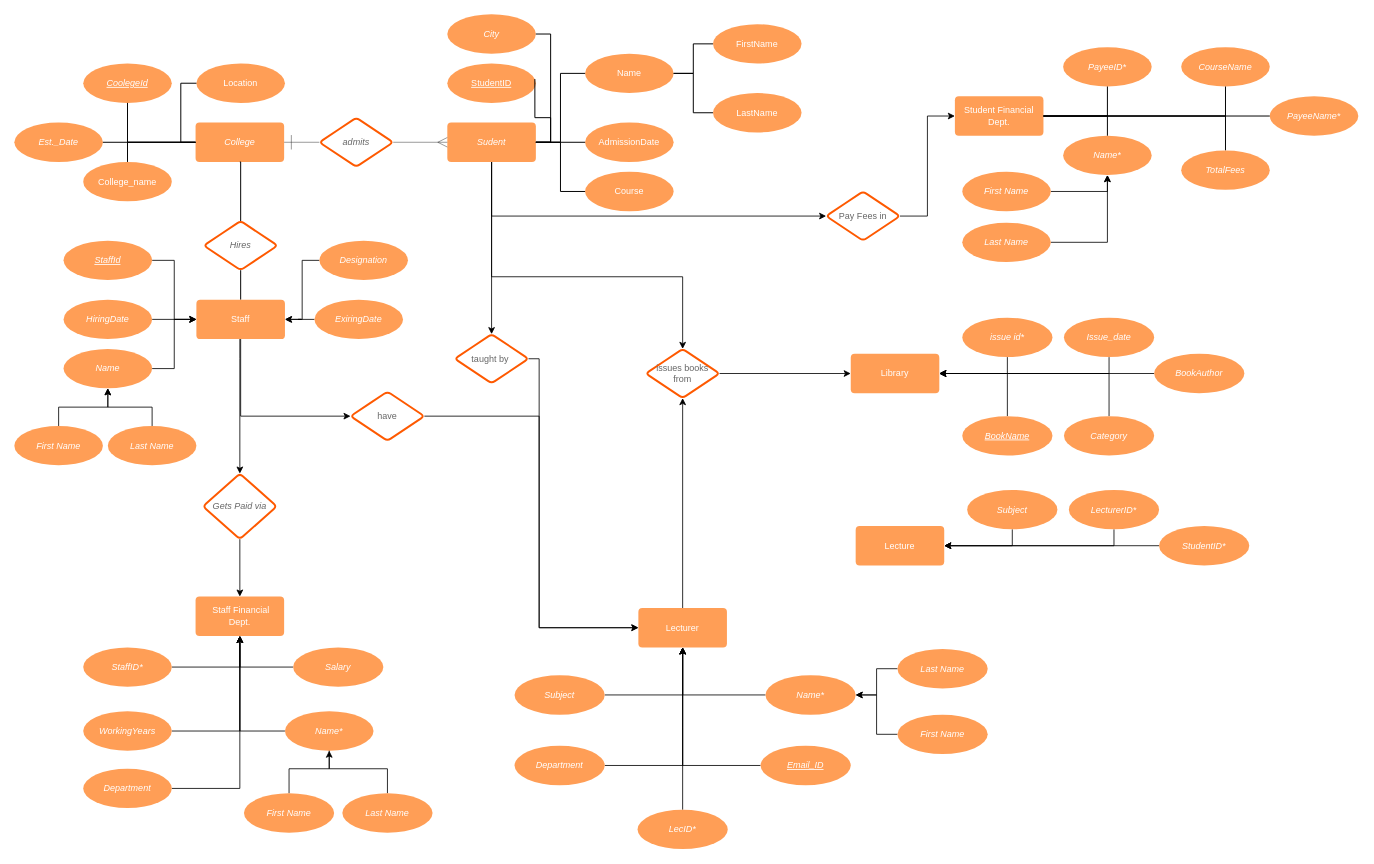
This is Untitled Diagram.drawio from nikgrover/DBMS, a draw.io file, before an edit. Source tidied: cells renumbered, new cells numbered last; positions are measured from the earlier drawing's top-left corner, leaving out a move shared by most shapes. Both pictures are drawn from the tidied source at 82%, with x=0, y=0 at pixel (14, 14).
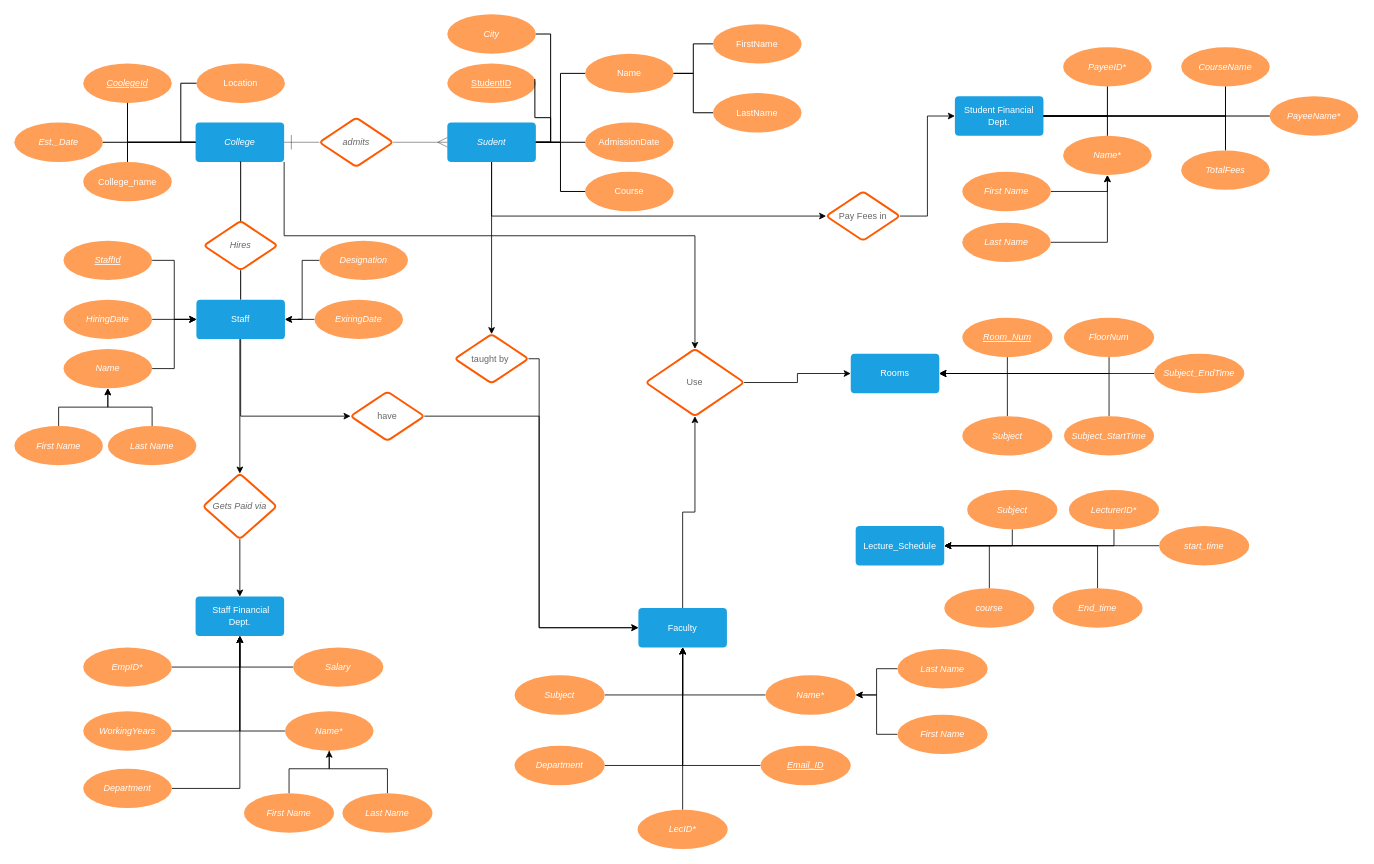
The same page after the edit.

Diff of the diagram source:
```diff
@@
+    <mxCell id="126" style="edgeStyle=orthogonalEdgeStyle;rounded=0;jettySize=auto;html=1;exitX=1;exitY=1;exitDx=0;exitDy=0;" parent="1" edge="1" source="4" target="107">
+      <mxGeometry relative="1" as="geometry">
+        <Array as="points">
+          <mxPoint x="329" y="270" />
+          <mxPoint x="830" y="270" />
+        </Array>
+      </mxGeometry>
+    </mxCell>
-    <mxCell id="4" value="College" style="html=1;whiteSpace=wrap;fontSize=11;fontColor=#ffffff;fontStyle=2;spacing=5;strokeOpacity=0;fillOpacity=100;rounded=1;absoluteArcSize=1;arcSize=9.6;fillColor=#ff9e56;strokeWidth=1.2;" parent="1" vertex="1">
+    <mxCell id="4" value="College" style="html=1;whiteSpace=wrap;fontSize=11;fontStyle=2;spacing=5;strokeOpacity=0;fillOpacity=100;rounded=1;absoluteArcSize=1;arcSize=9.6;fillColor=#1ba1e2;strokeWidth=1.2;strokeColor=#006EAF;fontColor=#ffffff;" parent="1" vertex="1">
       <mxGeometry x="221" y="132" width="108" height="48" as="geometry" />
     </mxCell>
@@
-    <mxCell id="8" style="edgeStyle=orthogonalEdgeStyle;rounded=0;jettySize=auto;html=1;" parent="1" edge="1" source="9" target="107">
-      <mxGeometry relative="1" as="geometry">
-        <Array as="points">
-          <mxPoint x="582" y="320" />
-          <mxPoint x="815" y="320" />
-        </Array>
-      </mxGeometry>
-    </mxCell>
-    <mxCell id="9" value="Sudent" style="html=1;whiteSpace=wrap;fontSize=11;fontColor=#ffffff;fontStyle=2;spacing=5;strokeOpacity=0;fillOpacity=100;rounded=1;absoluteArcSize=1;arcSize=9.6;fillColor=#ff9e56;strokeWidth=1.2;" parent="1" vertex="1">
+    <mxCell id="9" value="Sudent" style="html=1;whiteSpace=wrap;fontSize=11;fontColor=#ffffff;fontStyle=2;spacing=5;strokeOpacity=0;fillOpacity=100;rounded=1;absoluteArcSize=1;arcSize=9.6;fillColor=#1ba1e2;strokeWidth=1.2;strokeColor=#006EAF;" parent="1" vertex="1">
       <mxGeometry x="528" y="132" width="108" height="48" as="geometry" />
     </mxCell>
@@
-    <mxCell id="14" value="Student Financial Dept." style="html=1;whiteSpace=wrap;fontSize=11;fontColor=#ffffff;spacing=5;strokeOpacity=0;fillOpacity=100;rounded=1;absoluteArcSize=1;arcSize=9.6;fillColor=#ff9e56;strokeWidth=1.2;" parent="1" vertex="1">
+    <mxCell id="14" value="Student Financial Dept." style="html=1;whiteSpace=wrap;fontSize=11;fontColor=#ffffff;spacing=5;strokeOpacity=0;fillOpacity=100;rounded=1;absoluteArcSize=1;arcSize=9.6;fillColor=#1ba1e2;strokeWidth=1.2;strokeColor=#006EAF;" parent="1" vertex="1">
       <mxGeometry x="1147" y="100" width="108" height="48" as="geometry" />
     </mxCell>
@@
-    <mxCell id="49" value="Staff" style="html=1;whiteSpace=wrap;fontSize=11;fontColor=#ffffff;spacing=5;strokeOpacity=0;fillOpacity=100;rounded=1;absoluteArcSize=1;arcSize=9.6;fillColor=#ff9e56;strokeWidth=1.2;" parent="1" vertex="1">
+    <mxCell id="49" value="Staff" style="html=1;whiteSpace=wrap;fontSize=11;fontColor=#ffffff;spacing=5;strokeOpacity=0;fillOpacity=100;rounded=1;absoluteArcSize=1;arcSize=9.6;fillColor=#1ba1e2;strokeWidth=1.2;strokeColor=#006EAF;" parent="1" vertex="1">
       <mxGeometry x="222" y="348" width="108" height="48" as="geometry" />
     </mxCell>
@@
-    <mxCell id="60" value="&amp;nbsp;Staff Financial Dept." style="html=1;whiteSpace=wrap;fontSize=11;fontColor=#ffffff;spacing=5;strokeOpacity=0;fillOpacity=100;rounded=1;absoluteArcSize=1;arcSize=9.6;fillColor=#ff9e56;strokeWidth=1.2;" parent="1" vertex="1">
+    <mxCell id="60" value="&amp;nbsp;Staff Financial Dept." style="html=1;whiteSpace=wrap;fontSize=11;fontColor=#ffffff;spacing=5;strokeOpacity=0;fillOpacity=100;rounded=1;absoluteArcSize=1;arcSize=9.6;fillColor=#1ba1e2;strokeWidth=1.2;strokeColor=#006EAF;" parent="1" vertex="1">
       <mxGeometry x="221" y="710" width="108" height="48" as="geometry" />
     </mxCell>
@@
-    <mxCell id="62" value="StaffID*" style="html=1;whiteSpace=wrap;ellipse;fontSize=11;fontColor=#ffffff;fontStyle=2;spacing=5;strokeOpacity=0;fillOpacity=100;rounded=1;absoluteArcSize=1;arcSize=9.6;fillColor=#ff9e56;strokeWidth=1.2;" parent="1" vertex="1">
+    <mxCell id="62" value="EmpID*" style="html=1;whiteSpace=wrap;ellipse;fontSize=11;fontColor=#ffffff;fontStyle=2;spacing=5;strokeOpacity=0;fillOpacity=100;rounded=1;absoluteArcSize=1;arcSize=9.6;fillColor=#ff9e56;strokeWidth=1.2;" parent="1" vertex="1">
       <mxGeometry x="84" y="772" width="108" height="48" as="geometry" />
     </mxCell>
@@
-    <mxCell id="90" value="Lecturer" style="html=1;whiteSpace=wrap;fontSize=11;fontColor=#ffffff;spacing=5;strokeOpacity=0;fillOpacity=100;rounded=1;absoluteArcSize=1;arcSize=9.6;fillColor=#ff9e56;strokeWidth=1.2;" parent="1" vertex="1">
+    <mxCell id="90" value="Faculty" style="html=1;whiteSpace=wrap;fontSize=11;fontColor=#ffffff;spacing=5;strokeOpacity=0;fillOpacity=100;rounded=1;absoluteArcSize=1;arcSize=9.6;fillColor=#1ba1e2;strokeWidth=1.2;strokeColor=#006EAF;" parent="1" vertex="1">
       <mxGeometry x="761" y="724" width="108" height="48" as="geometry" />
     </mxCell>
@@
-    <mxCell id="106" style="edgeStyle=orthogonalEdgeStyle;rounded=0;jettySize=auto;html=1;entryX=0;entryY=0.5;entryDx=0;entryDy=0;" parent="1" edge="1" source="107" target="108">
+    <mxCell id="106" style="edgeStyle=orthogonalEdgeStyle;rounded=0;jettySize=auto;html=1;exitX=1;exitY=0.5;exitDx=0;exitDy=0;" parent="1" edge="1" source="107" target="108">
       <mxGeometry relative="1" as="geometry" />
     </mxCell>
-    <mxCell id="107" value="issues books from" style="html=1;whiteSpace=wrap;rhombus;fontSize=11;fontColor=#666666;spacing=5;strokeColor=#fe5900;strokeOpacity=100;rounded=1;absoluteArcSize=1;arcSize=9.6;strokeWidth=2.4;" parent="1" vertex="1">
-      <mxGeometry x="770" y="408" width="90" height="60" as="geometry" />
+    <mxCell id="107" value="Use" style="html=1;whiteSpace=wrap;rhombus;fontSize=11;fontColor=#666666;spacing=5;strokeColor=#fe5900;strokeOpacity=100;rounded=1;absoluteArcSize=1;arcSize=9.6;strokeWidth=2.4;" parent="1" vertex="1">
+      <mxGeometry x="770" y="408" width="120" height="82" as="geometry" />
     </mxCell>
-    <mxCell id="108" value="Library" style="html=1;whiteSpace=wrap;fontSize=11;fontColor=#ffffff;spacing=5;strokeOpacity=0;fillOpacity=100;rounded=1;absoluteArcSize=1;arcSize=9.6;fillColor=#ff9e56;strokeWidth=1.2;" parent="1" vertex="1">
+    <mxCell id="108" value="Rooms" style="html=1;whiteSpace=wrap;fontSize=11;fontColor=#ffffff;spacing=5;strokeOpacity=0;fillOpacity=100;rounded=1;absoluteArcSize=1;arcSize=9.6;fillColor=#1ba1e2;strokeWidth=1.2;strokeColor=#006EAF;" parent="1" vertex="1">
       <mxGeometry x="1020" y="414" width="108" height="48" as="geometry" />
     </mxCell>
@@
-    <mxCell id="110" value="&lt;u&gt;BookName&lt;/u&gt;" style="html=1;whiteSpace=wrap;ellipse;fontSize=11;fontColor=#ffffff;fontStyle=2;spacing=5;strokeOpacity=0;fillOpacity=100;rounded=1;absoluteArcSize=1;arcSize=9.6;fillColor=#ff9e56;strokeWidth=1.2;" parent="1" vertex="1">
+    <mxCell id="110" value="Subject" style="html=1;whiteSpace=wrap;ellipse;fontSize=11;fontColor=#ffffff;fontStyle=2;spacing=5;strokeOpacity=0;fillOpacity=100;rounded=1;absoluteArcSize=1;arcSize=9.6;fillColor=#ff9e56;strokeWidth=1.2;" parent="1" vertex="1">
       <mxGeometry x="1156" y="490" width="110" height="48" as="geometry" />
     </mxCell>
@@
-    <mxCell id="112" value="issue id*" style="html=1;whiteSpace=wrap;ellipse;fontSize=11;fontColor=#ffffff;fontStyle=2;spacing=5;strokeOpacity=0;fillOpacity=100;rounded=1;absoluteArcSize=1;arcSize=9.6;fillColor=#ff9e56;strokeWidth=1.2;" parent="1" vertex="1">
+    <mxCell id="112" value="&lt;u&gt;Room_Num&lt;/u&gt;" style="html=1;whiteSpace=wrap;ellipse;fontSize=11;fontColor=#ffffff;fontStyle=2;spacing=5;strokeOpacity=0;fillOpacity=100;rounded=1;absoluteArcSize=1;arcSize=9.6;fillColor=#ff9e56;strokeWidth=1.2;" parent="1" vertex="1">
       <mxGeometry x="1156" y="370" width="110" height="48" as="geometry" />
     </mxCell>
@@
-    <mxCell id="114" value="BookAuthor" style="html=1;whiteSpace=wrap;ellipse;fontSize=11;fontColor=#ffffff;fontStyle=2;spacing=5;strokeOpacity=0;fillOpacity=100;rounded=1;absoluteArcSize=1;arcSize=9.6;fillColor=#ff9e56;strokeWidth=1.2;" parent="1" vertex="1">
+    <mxCell id="114" value="Subject_EndTime" style="html=1;whiteSpace=wrap;ellipse;fontSize=11;fontColor=#ffffff;fontStyle=2;spacing=5;strokeOpacity=0;fillOpacity=100;rounded=1;absoluteArcSize=1;arcSize=9.6;fillColor=#ff9e56;strokeWidth=1.2;" parent="1" vertex="1">
       <mxGeometry x="1390" y="414" width="110" height="48" as="geometry" />
     </mxCell>
@@
-    <mxCell id="116" value="Category" style="html=1;whiteSpace=wrap;ellipse;fontSize=11;fontColor=#ffffff;fontStyle=2;spacing=5;strokeOpacity=0;fillOpacity=100;rounded=1;absoluteArcSize=1;arcSize=9.6;fillColor=#ff9e56;strokeWidth=1.2;" parent="1" vertex="1">
+    <mxCell id="116" value="Subject_StartTime" style="html=1;whiteSpace=wrap;ellipse;fontSize=11;fontColor=#ffffff;fontStyle=2;spacing=5;strokeOpacity=0;fillOpacity=100;rounded=1;absoluteArcSize=1;arcSize=9.6;fillColor=#ff9e56;strokeWidth=1.2;" parent="1" vertex="1">
       <mxGeometry x="1280" y="490" width="110" height="48" as="geometry" />
     </mxCell>
@@
-    <mxCell id="118" value="Issue_date" style="html=1;whiteSpace=wrap;ellipse;fontSize=11;fontColor=#ffffff;fontStyle=2;spacing=5;strokeOpacity=0;fillOpacity=100;rounded=1;absoluteArcSize=1;arcSize=9.6;fillColor=#ff9e56;strokeWidth=1.2;" parent="1" vertex="1">
+    <mxCell id="118" value="FloorNum" style="html=1;whiteSpace=wrap;ellipse;fontSize=11;fontColor=#ffffff;fontStyle=2;spacing=5;strokeOpacity=0;fillOpacity=100;rounded=1;absoluteArcSize=1;arcSize=9.6;fillColor=#ff9e56;strokeWidth=1.2;" parent="1" vertex="1">
       <mxGeometry x="1280" y="370" width="110" height="48" as="geometry" />
     </mxCell>
-    <mxCell id="119" value="Lecture" style="html=1;whiteSpace=wrap;fontSize=11;fontColor=#ffffff;spacing=5;strokeOpacity=0;fillOpacity=100;rounded=1;absoluteArcSize=1;arcSize=9.6;fillColor=#ff9e56;strokeWidth=1.2;" parent="1" vertex="1">
+    <mxCell id="119" value="Lecture_Schedule" style="html=1;whiteSpace=wrap;fontSize=11;fontColor=#ffffff;spacing=5;strokeOpacity=0;fillOpacity=100;rounded=1;absoluteArcSize=1;arcSize=9.6;fillColor=#1ba1e2;strokeWidth=1.2;strokeColor=#006EAF;" parent="1" vertex="1">
       <mxGeometry x="1026" y="624" width="108" height="48" as="geometry" />
     </mxCell>
@@
-    <mxCell id="123" value="StudentID*" style="html=1;whiteSpace=wrap;ellipse;fontSize=11;fontColor=#ffffff;fontStyle=2;spacing=5;strokeOpacity=0;fillOpacity=100;rounded=1;absoluteArcSize=1;arcSize=9.6;fillColor=#ff9e56;strokeWidth=1.2;" parent="1" vertex="1">
+    <mxCell id="123" value="start_time" style="html=1;whiteSpace=wrap;ellipse;fontSize=11;fontColor=#ffffff;fontStyle=2;spacing=5;strokeOpacity=0;fillOpacity=100;rounded=1;absoluteArcSize=1;arcSize=9.6;fillColor=#ff9e56;strokeWidth=1.2;" parent="1" vertex="1">
       <mxGeometry x="1396" y="624" width="110" height="48" as="geometry" />
     </mxCell>
@@
+    <mxCell id="127" style="edgeStyle=orthogonalEdgeStyle;rounded=0;jettySize=auto;html=1;exitX=0.5;exitY=0;exitDx=0;exitDy=0;entryX=1;entryY=0.5;entryDx=0;entryDy=0;" parent="1" edge="1" source="128" target="119">
+      <mxGeometry relative="1" as="geometry" />
+    </mxCell>
+    <mxCell id="128" value="End_time" style="html=1;whiteSpace=wrap;ellipse;fontSize=11;fontColor=#ffffff;fontStyle=2;spacing=5;strokeOpacity=0;fillOpacity=100;rounded=1;absoluteArcSize=1;arcSize=9.6;fillColor=#ff9e56;strokeWidth=1.2;" parent="1" vertex="1">
+      <mxGeometry x="1266" y="700" width="110" height="48" as="geometry" />
+    </mxCell>
+    <mxCell id="129" style="edgeStyle=orthogonalEdgeStyle;rounded=0;jettySize=auto;html=1;entryX=1;entryY=0.5;entryDx=0;entryDy=0;" parent="1" edge="1" source="130" target="119">
+      <mxGeometry relative="1" as="geometry" />
+    </mxCell>
+    <mxCell id="130" value="course" style="html=1;whiteSpace=wrap;ellipse;fontSize=11;fontColor=#ffffff;fontStyle=2;spacing=5;strokeOpacity=0;fillOpacity=100;rounded=1;absoluteArcSize=1;arcSize=9.6;fillColor=#ff9e56;strokeWidth=1.2;" parent="1" vertex="1">
+      <mxGeometry x="1134" y="700" width="110" height="48" as="geometry" />
+    </mxCell>
```
